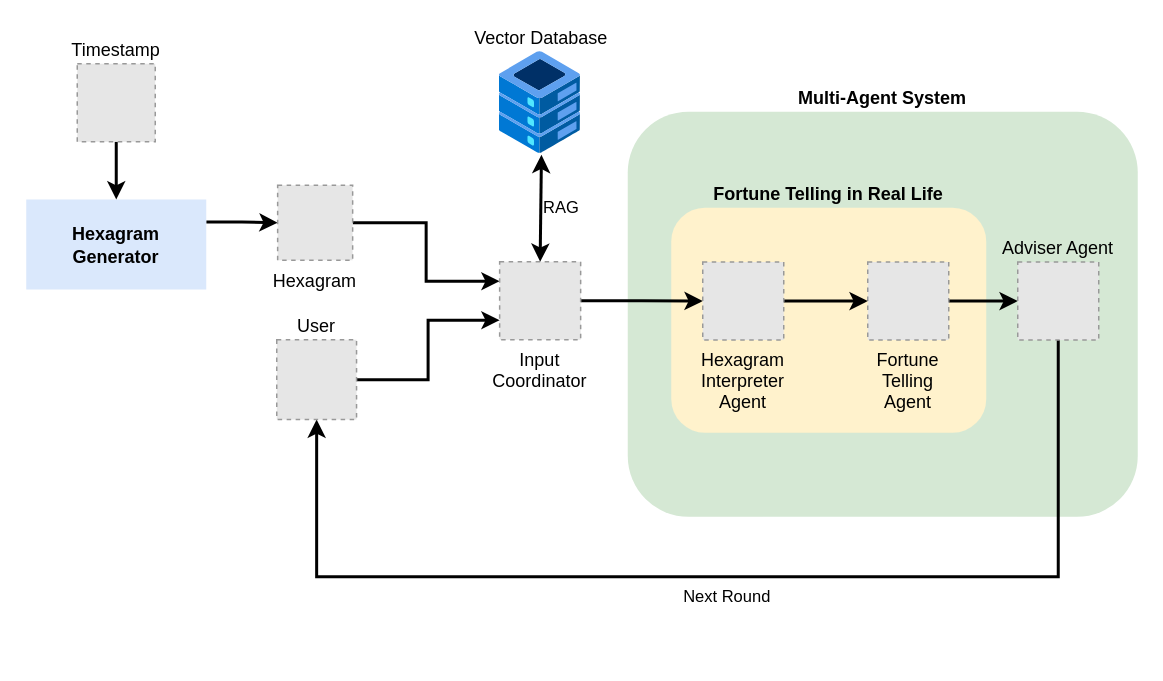
Before: report/final.drawio in ece1786-2024/AIChing, a draw.io diagram. Source tidied: cells renumbered, new cells numbered last; positions are measured from the earlier drawing's top-left corner, leaving out a move shared by most shapes. Both pictures are drawn from the tidied source at 150%, with x=0, y=0 at pixel (26, 51). Pictures stored in the file or linked from it are replaced by grey dashed boxes.
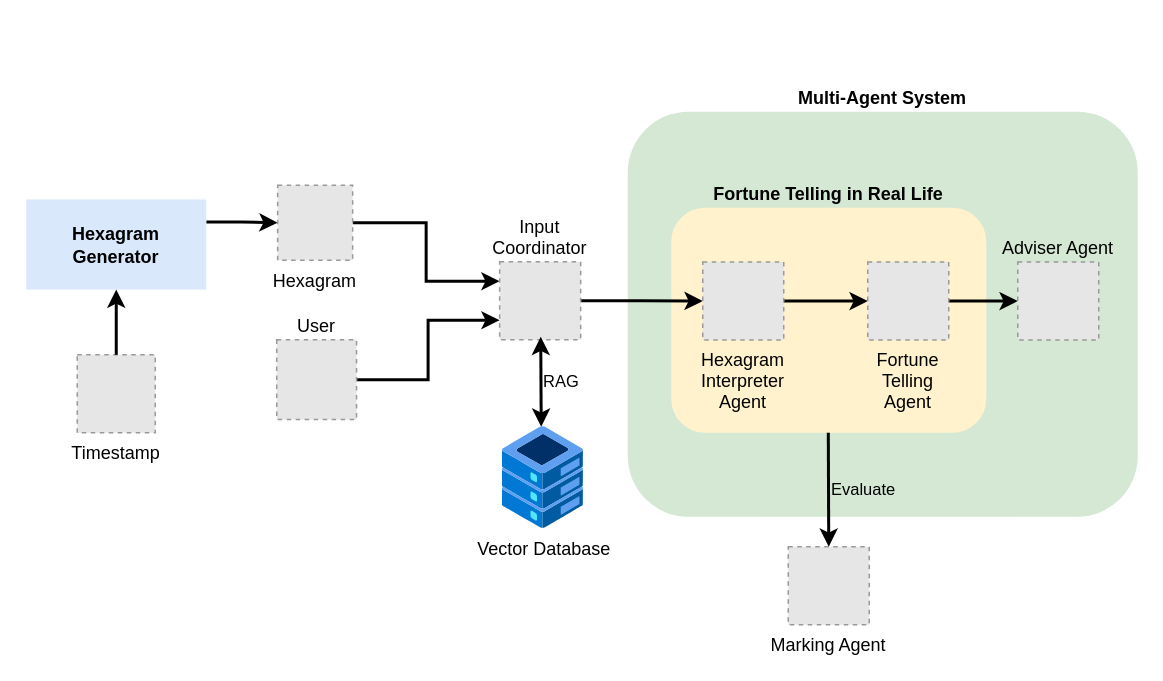
After the change.

The change refers to these unchanged cells:
```xml
<mxCell id="5" value="Hexagram&lt;div&gt;Generator&lt;/div&gt;" style="rounded=0;whiteSpace=wrap;html=1;fontStyle=1;fillColor=#dae8fc;strokeColor=none;labelBackgroundColor=none;" parent="1" vertex="1">
  <mxGeometry y="98.5" width="120" height="60" as="geometry" />
</mxCell>
<mxCell id="16" value="User" style="fillColor=#E6E6E6;strokeColor=#999999;dashed=1;verticalLabelPosition=top;labelBackgroundColor=none;verticalAlign=bottom;fontStyle=0;labelPosition=center;align=center;" parent="1" vertex="1">
  <mxGeometry x="167" y="192" width="53.2" height="53.2" as="geometry" />
</mxCell>
<mxCell id="17" value="Adviser Agent" style="fillColor=#E6E6E6;strokeColor=#999999;dashed=1;verticalLabelPosition=top;labelBackgroundColor=none;verticalAlign=bottom;fontStyle=0;labelPosition=center;align=center;" parent="1" vertex="1">
  <mxGeometry x="661" y="140.2" width="54" height="52" as="geometry" />
</mxCell>
```

Diff of the diagram source:
```diff
@@
-    <mxCell id="3" value="Next Round" style="edgeStyle=orthogonalEdgeStyle;rounded=0;jettySize=auto;html=1;entryX=0.5;entryY=1;entryDx=0;entryDy=0;labelBackgroundColor=none;strokeWidth=2;exitX=0.5;exitY=1;exitDx=0;exitDy=0;labelPosition=center;verticalLabelPosition=bottom;align=center;verticalAlign=top;" parent="1" edge="1" source="17" target="16">
-      <mxGeometry relative="1" as="geometry">
-        <Array as="points">
-          <mxPoint x="688" y="350" />
-          <mxPoint x="194" y="350" />
-        </Array>
-      </mxGeometry>
-    </mxCell>
@@
-    <mxCell id="6" style="edgeStyle=orthogonalEdgeStyle;rounded=0;jettySize=auto;html=1;entryX=0.5;entryY=0;entryDx=0;entryDy=0;strokeWidth=2;" parent="1" edge="1" source="7" target="5">
-      <mxGeometry relative="1" as="geometry" />
-    </mxCell>
-    <mxCell id="7" value="Timestamp" style="fillColor=#E6E6E6;strokeColor=#999999;dashed=1;verticalLabelPosition=top;labelBackgroundColor=none;verticalAlign=bottom;labelPosition=center;align=center;fontStyle=0;" parent="1" vertex="1">
-      <mxGeometry x="34" y="8" width="52" height="52" as="geometry" />
+    <mxCell id="7" value="Timestamp" style="fillColor=#E6E6E6;strokeColor=#999999;dashed=1;verticalLabelPosition=bottom;labelBackgroundColor=none;verticalAlign=top;labelPosition=center;align=center;fontStyle=0;" parent="1" vertex="1">
+      <mxGeometry x="34" y="202" width="52" height="52" as="geometry" />
     </mxCell>
@@
-    <mxCell id="12" value="Input&#10;Coordinator" style="fillColor=#E6E6E6;strokeColor=#999999;dashed=1;verticalLabelPosition=bottom;verticalAlign=top;" parent="1" vertex="1">
+    <mxCell id="12" value="Input&#10;Coordinator" style="fillColor=#E6E6E6;strokeColor=#999999;dashed=1;verticalLabelPosition=top;verticalAlign=bottom;labelPosition=center;align=center;" parent="1" vertex="1">
       <mxGeometry x="315.6" y="140" width="54" height="52" as="geometry" />
     </mxCell>
@@
-    <mxCell id="18" value="Vector Database" style="image;html=1;points=[];align=center;fontSize=12;image=img/lib/azure2/other/Fiji.svg;labelPosition=center;verticalLabelPosition=top;verticalAlign=bottom;labelBackgroundColor=none;" parent="1" vertex="1">
-      <mxGeometry x="315.6" width="54" height="68" as="geometry" />
+    <mxCell id="18" value="Vector Database" style="image;html=1;points=[];align=center;fontSize=12;image=img/lib/azure2/other/Fiji.svg;labelPosition=center;verticalLabelPosition=bottom;verticalAlign=top;labelBackgroundColor=none;" parent="1" vertex="1">
+      <mxGeometry x="317.6" y="250" width="54" height="68" as="geometry" />
     </mxCell>
-    <mxCell id="19" value="RAG" style="endArrow=classic;startArrow=classic;html=1;rounded=0;entryX=0.516;entryY=1.011;entryDx=0;entryDy=0;entryPerimeter=0;exitX=0.5;exitY=0;exitDx=0;exitDy=0;fontStyle=0;strokeWidth=2;labelBackgroundColor=none;labelPosition=right;verticalLabelPosition=middle;align=left;verticalAlign=middle;" parent="1" edge="1" source="12" target="18">
-      <mxGeometry relative="1" as="geometry" />
+    <mxCell id="19" value="RAG" style="endArrow=classic;startArrow=classic;html=1;rounded=0;fontStyle=0;strokeWidth=2;labelBackgroundColor=none;labelPosition=right;verticalLabelPosition=middle;align=left;verticalAlign=middle;entryX=0.476;entryY=0;entryDx=0;entryDy=0;entryPerimeter=0;" parent="1" edge="1" target="18">
+      <mxGeometry relative="1" as="geometry">
+        <mxPoint x="343" y="190" as="sourcePoint" />
+      </mxGeometry>
     </mxCell>
@@
+    <mxCell id="22" value="Marking Agent" style="fillColor=#E6E6E6;strokeColor=#999999;dashed=1;verticalLabelPosition=bottom;labelBackgroundColor=none;verticalAlign=top;fontStyle=0;labelPosition=center;align=center;" parent="1" vertex="1">
+      <mxGeometry x="508" y="330" width="54" height="52" as="geometry" />
+    </mxCell>
+    <mxCell id="23" value="Evaluate" style="endArrow=classic;html=1;rounded=0;exitX=0.5;exitY=1;exitDx=0;exitDy=0;strokeWidth=2;labelPosition=right;verticalLabelPosition=middle;align=left;verticalAlign=middle;labelBackgroundColor=none;" parent="1" edge="1">
+      <mxGeometry relative="1" as="geometry">
+        <mxPoint x="534.7" y="254" as="sourcePoint" />
+        <mxPoint x="535" y="330" as="targetPoint" />
+      </mxGeometry>
+    </mxCell>
+    <mxCell id="6" style="edgeStyle=orthogonalEdgeStyle;rounded=0;jettySize=auto;html=1;entryX=0.5;entryY=1;entryDx=0;entryDy=0;labelBackgroundColor=none;strokeWidth=2;" parent="1" edge="1" source="7" target="5">
+      <mxGeometry relative="1" as="geometry" />
+    </mxCell>
```
